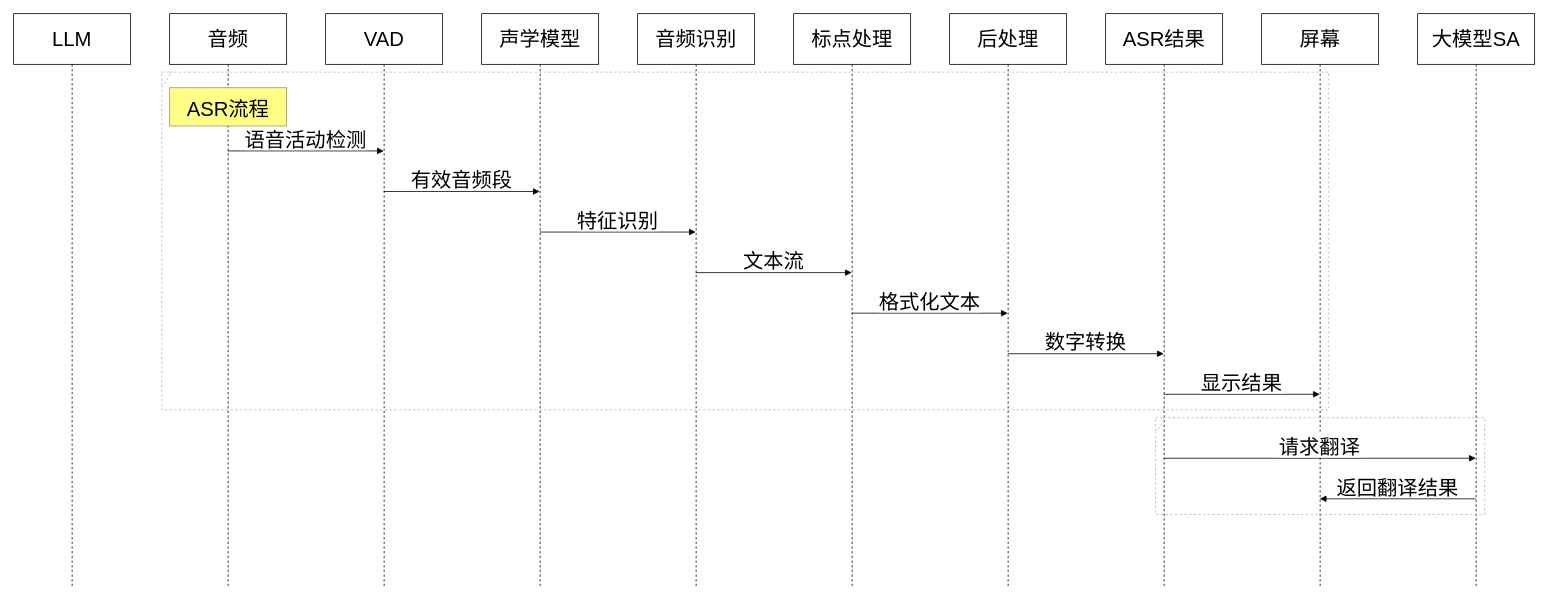
Above: asr.drawio in huangxioaxie/adminCode (draw.io), before the change. Source tidied: cells renumbered, new cells numbered last; positions are measured from the earlier drawing's top-left corner, leaving out a move shared by most shapes. Both pictures are drawn from the tidied source at 78%, with x=0, y=0 at pixel (13, 13).
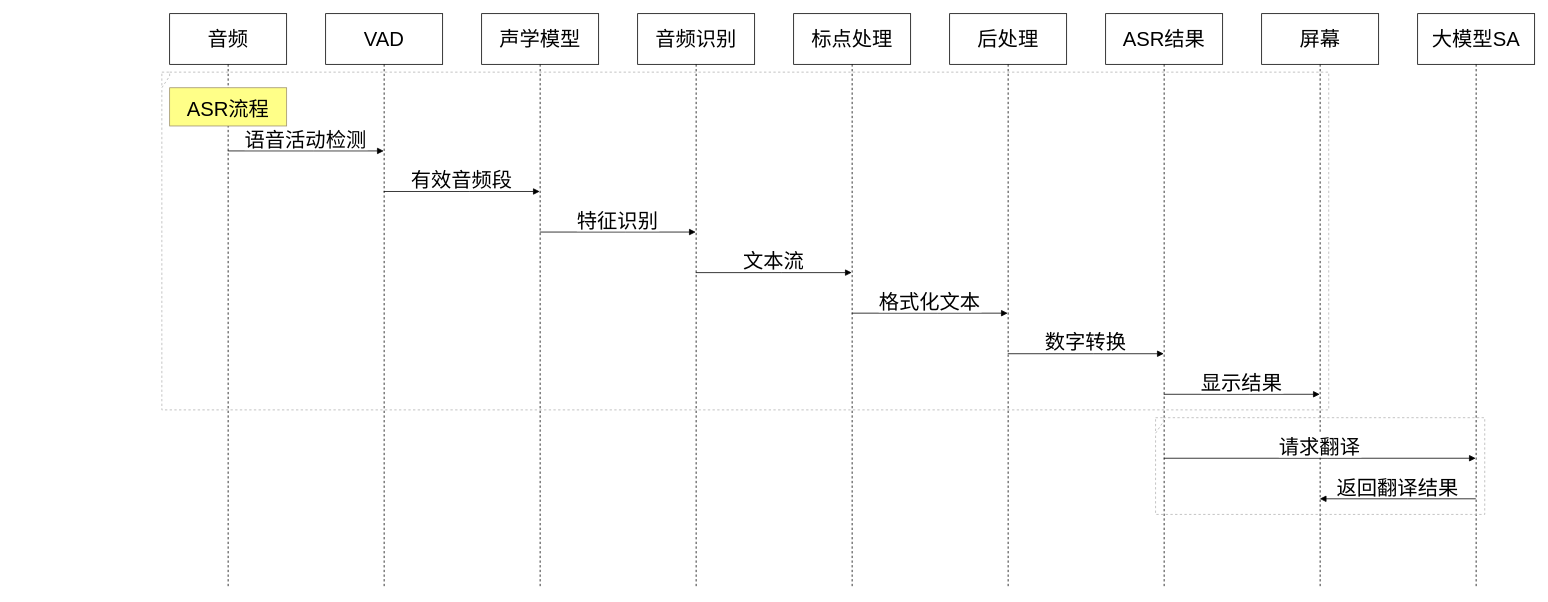
The same diagram, later.

The edit, as a diff of the source:
```diff
@@
-    <mxCell id="2" value="LLM" style="shape=umlLifeline;perimeter=lifelinePerimeter;whiteSpace=wrap;newEdgeStyle={&quot;edgeStyle&quot;:&quot;elbowEdgeStyle&quot;,&quot;elbow&quot;:&quot;vertical&quot;,&quot;curved&quot;:0,&quot;rounded&quot;:0};size=65;fontSize=26;" parent="1" vertex="1">
-      <mxGeometry width="150" height="737" as="geometry" />
-    </mxCell>
```
